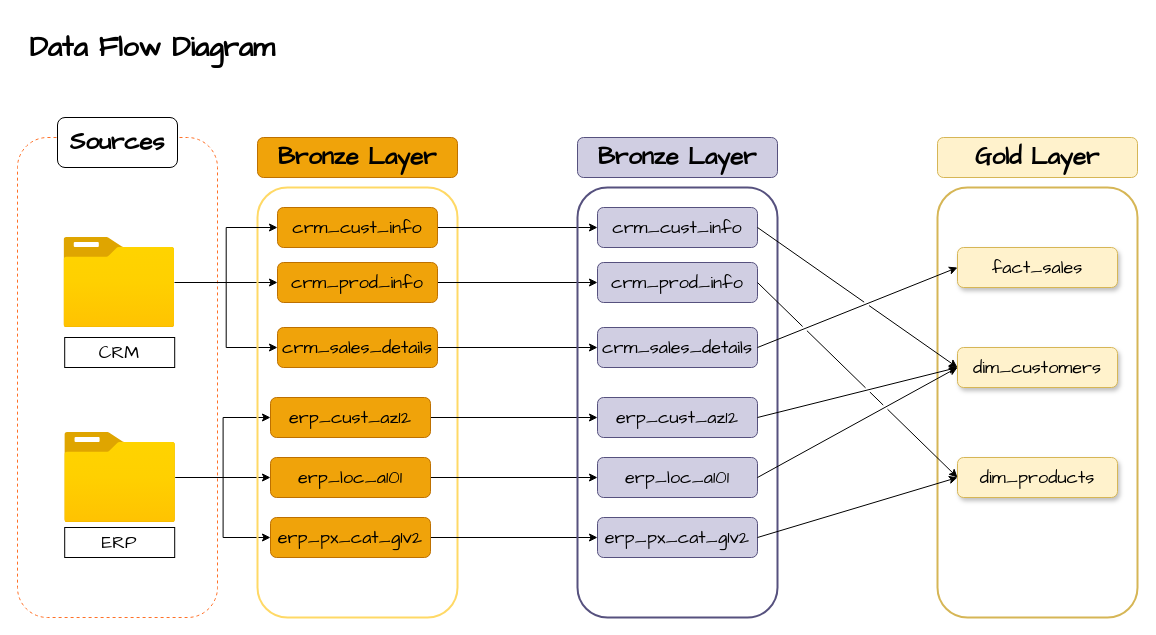
The draw.io diagram design/Data Flow Diagram.drawio in Josiahgare/SQL-Data-Warehouse-Project, before the edit. Source tidied: cells renumbered, new cells numbered last; positions are measured from the earlier drawing's top-left corner, leaving out a move shared by most shapes. Both pictures are drawn from the tidied source at 100%, with x=0, y=0 at pixel (17, 17).
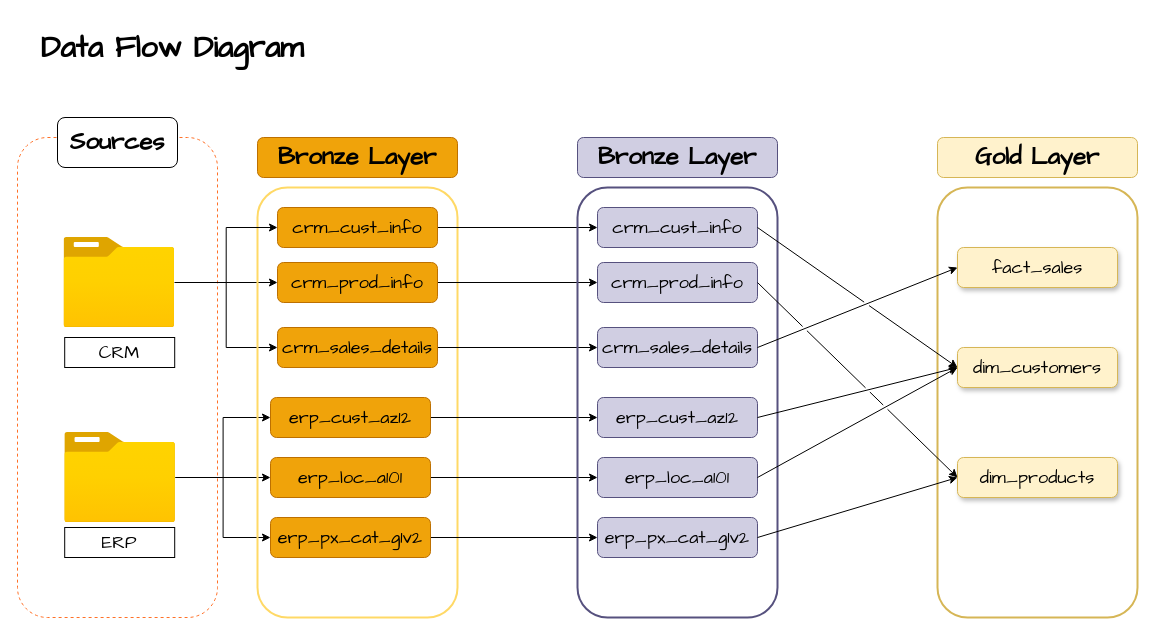
Above is the later version.

What changed in the source:
```diff
@@
-    <mxCell id="2" value="&lt;font face=&quot;Comic Sans MS&quot; style=&quot;font-size: 28px;&quot;&gt;Data Flow Diagram&lt;/font&gt;" style="rounded=0;whiteSpace=wrap;html=1;fillColor=none;strokeColor=none;fontStyle=1;" parent="1" vertex="1">
-      <mxGeometry width="270" height="60" as="geometry" />
+    <mxCell id="2" value="&lt;font face=&quot;Comic Sans MS&quot; style=&quot;font-size: 30px;&quot;&gt;Data Flow Diagram&lt;/font&gt;" style="rounded=0;whiteSpace=wrap;html=1;fillColor=none;strokeColor=none;fontStyle=1;" parent="1" vertex="1">
+      <mxGeometry width="310" height="60" as="geometry" />
     </mxCell>
```
